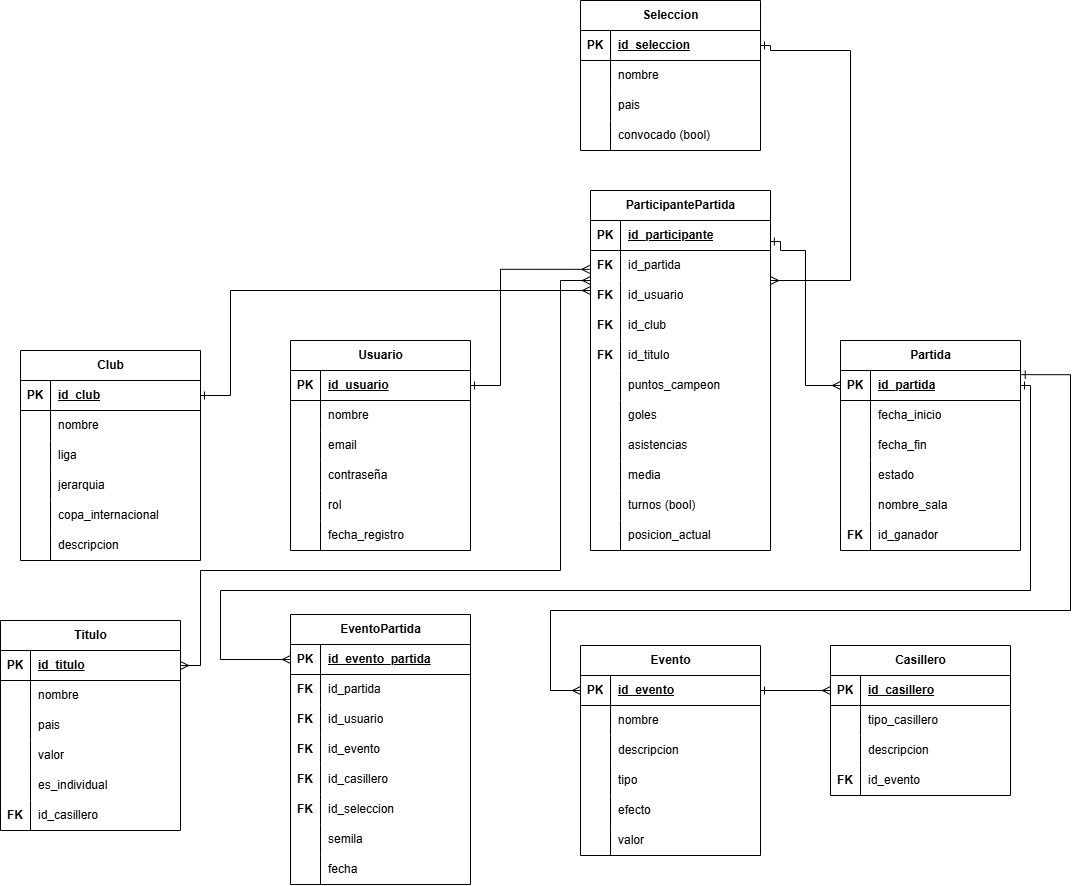
This is docs/DER - Proyecto Final - Grupo 13.drawio.png from PioIX/2026-TPF-G13, a draw.io export, as it was before one commit. Source tidied: cells renumbered, new cells last; positions are measured from the earlier drawing's top-left corner, leaving out a move shared by most shapes.
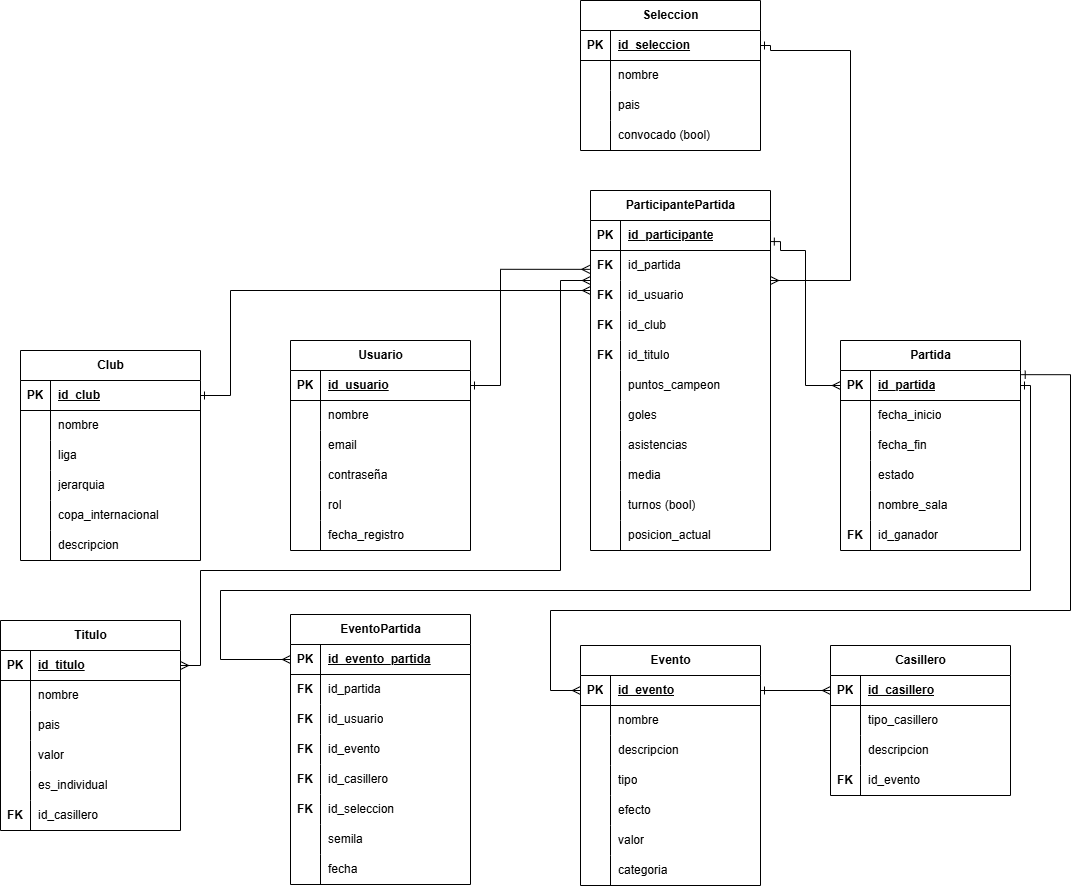
After the commit.

The edit, as a diff of the source:
```diff
@@ -135,7 +135,7 @@
       <mxGeometry x="30" width="150" height="30" as="geometry" />
     </mxCell>
     <mxCell id="46" value="Evento" style="shape=table;startSize=30;rowLines=0;fontStyle=1;align=center;html=1;" parent="1" vertex="1">
-      <mxGeometry x="580" y="645" width="180" height="210" as="geometry" />
+      <mxGeometry x="580" y="645" width="180" height="240" as="geometry" />
     </mxCell>
     <mxCell id="47" style="shape=tableRow;horizontal=0;startSize=0;swimlaneHead=0;swimlaneBody=0;fillColor=none;points=[[0,0.5],[1,0.5]];portConstraint=eastwest;top=0;left=0;right=0;bottom=1;" parent="46" vertex="1">
       <mxGeometry y="30" width="180" height="30" as="geometry" />
@@ -191,6 +191,15 @@
     <mxCell id="64" value="valor" style="shape=partialRectangle;fillColor=none;top=0;left=0;bottom=0;right=0;align=left;spacingLeft=6;overflow=hidden;whiteSpace=wrap;html=1;" parent="62" vertex="1">
       <mxGeometry x="30" width="150" height="30" as="geometry" />
     </mxCell>
+    <mxCell id="190" style="shape=tableRow;horizontal=0;startSize=0;swimlaneHead=0;swimlaneBody=0;fillColor=none;top=0;left=0;right=0;bottom=0;" parent="46" vertex="1">
+      <mxGeometry y="210" width="180" height="30" as="geometry" />
+    </mxCell>
+    <mxCell id="191" style="shape=partialRectangle;fillColor=none;top=0;left=0;bottom=0;right=0;overflow=hidden;whiteSpace=wrap;html=1;" parent="190" vertex="1">
+      <mxGeometry width="30" height="30" as="geometry" />
+    </mxCell>
+    <mxCell id="192" value="categoria" style="shape=partialRectangle;fillColor=none;top=0;left=0;bottom=0;right=0;align=left;spacingLeft=6;overflow=hidden;whiteSpace=wrap;html=1;" parent="190" vertex="1">
+      <mxGeometry x="30" width="150" height="30" as="geometry" />
+    </mxCell>
     <mxCell id="65" value="Casillero" style="shape=table;startSize=30;rowLines=0;fontStyle=1;align=center;html=1;" parent="1" vertex="1">
       <mxGeometry x="830" y="645" width="180" height="150" as="geometry" />
     </mxCell>
```
